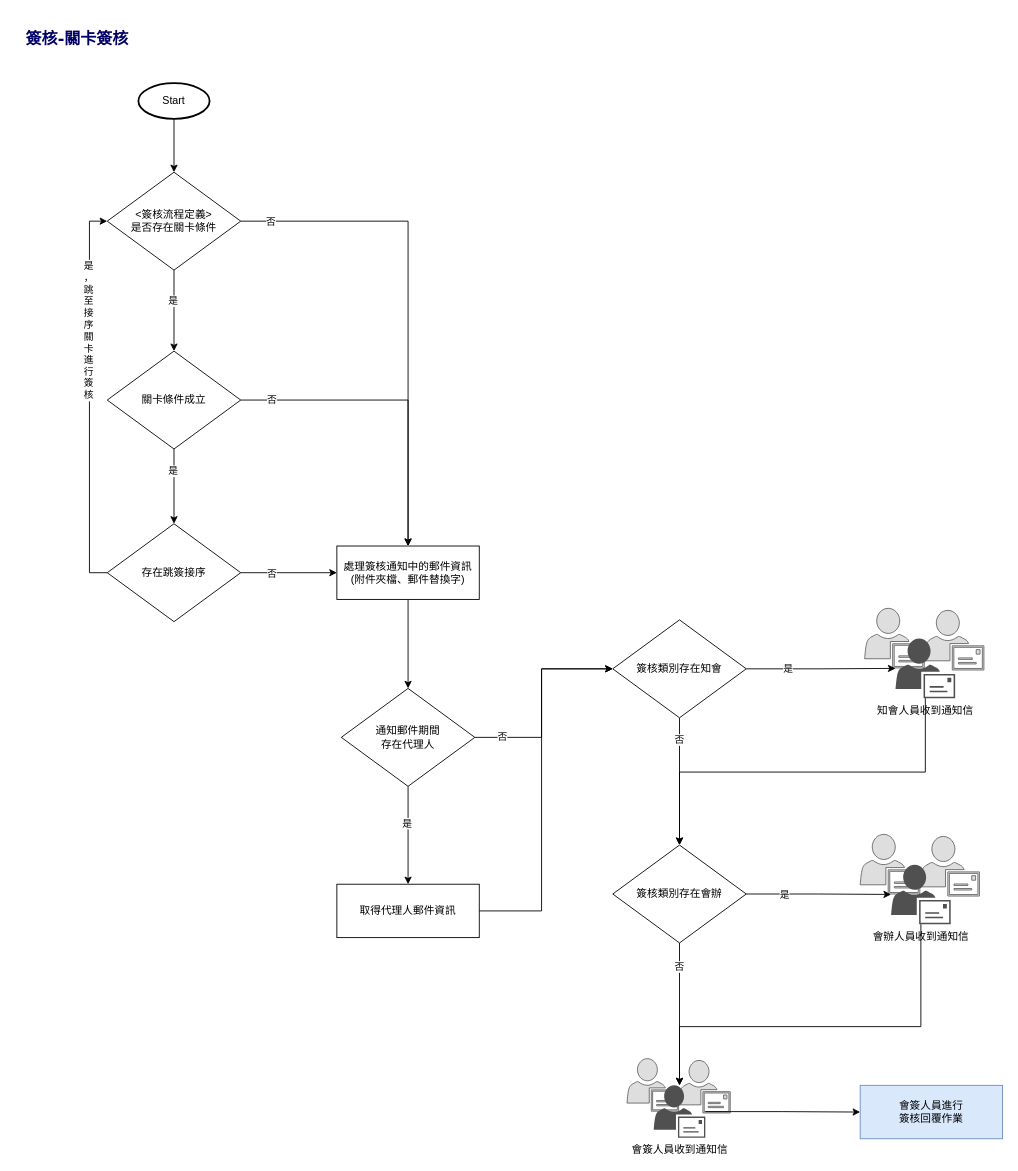
ArcareRD/sadocs keeps this draw.io diagram as page "關卡簽核" (3 of 4) of 8.10.2/RTE/SYSTEM/SIGNOFF/attachment/簽核流程.drawio. Above is the earlier version. Source tidied: cells renumbered, new cells numbered last; positions are measured from the earlier drawing's top-left corner, leaving out a move shared by most shapes. Both pictures are drawn from the tidied source at 89%, with x=0, y=0 at pixel (15, 15).
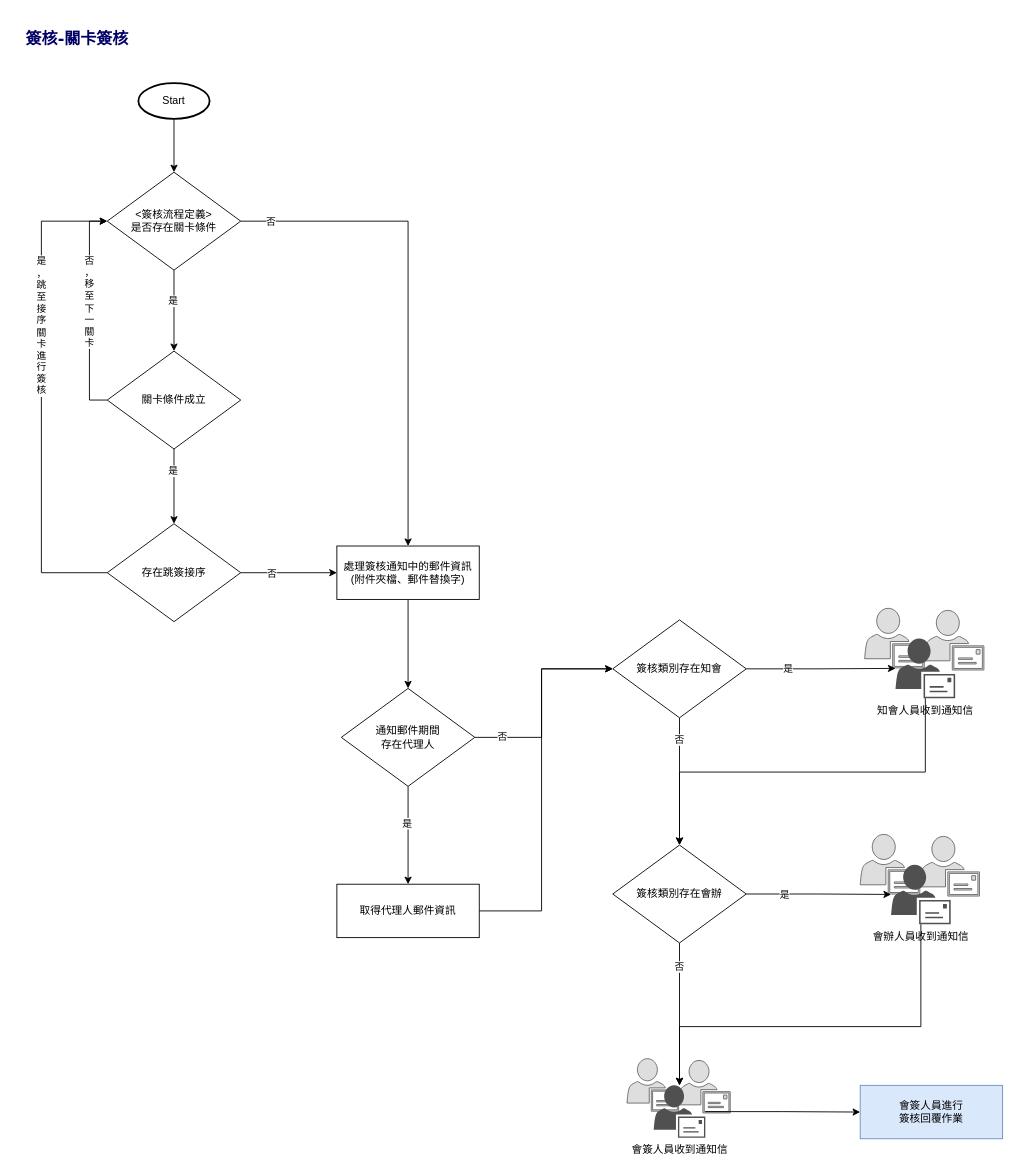
Above is the later version.

Unchanged cells that the change refers to:
```xml
<mxCell id="3" value="處理簽核通知中的郵件資訊&lt;br&gt;(附件夾檔、郵件替換字)" style="rounded=0;whiteSpace=wrap;html=1;" parent="1" vertex="1">
  <mxGeometry x="361" y="596" width="160" height="60" as="geometry" />
</mxCell>
<mxCell id="8" value="&amp;lt;簽核流程定義&amp;gt;&lt;br&gt;是否存在關卡條件" style="rhombus;whiteSpace=wrap;html=1;" parent="1" vertex="1">
  <mxGeometry x="103" y="176" width="150" height="110" as="geometry" />
</mxCell>
<mxCell id="13" value="關卡條件成立" style="rhombus;whiteSpace=wrap;html=1;" parent="1" vertex="1">
  <mxGeometry x="103" y="377" width="150" height="110" as="geometry" />
</mxCell>
<mxCell id="18" value="存在跳簽接序" style="rhombus;whiteSpace=wrap;html=1;" parent="1" vertex="1">
  <mxGeometry x="103" y="571" width="150" height="110" as="geometry" />
</mxCell>
```

Change to the diagram source:
```diff
@@
-    <mxCell id="11" style="edgeStyle=orthogonalEdgeStyle;rounded=0;jettySize=auto;html=1;" parent="1" edge="1" source="13" target="3">
-      <mxGeometry relative="1" as="geometry" />
-    </mxCell>
-    <mxCell id="12" value="否" style="edgeLabel;html=1;align=center;verticalAlign=middle;" parent="11" vertex="1">
-      <mxGeometry x="-0.68" y="1" relative="1" as="geometry">
-        <mxPoint x="-22" as="offset" />
-      </mxGeometry>
-    </mxCell>
+    <mxCell id="55" style="edgeStyle=orthogonalEdgeStyle;rounded=0;jettySize=auto;html=1;entryX=0;entryY=0.5;entryDx=0;entryDy=0;exitX=0;exitY=0.5;exitDx=0;exitDy=0;" parent="1" edge="1" source="13" target="8">
+      <mxGeometry relative="1" as="geometry" />
+    </mxCell>
+    <mxCell id="56" value="否&lt;br&gt;，&lt;br&gt;移&lt;br&gt;至&lt;br&gt;下&lt;br&gt;一&lt;br&gt;關&lt;br&gt;卡" style="edgeLabel;html=1;align=center;verticalAlign=middle;" parent="55" vertex="1">
+      <mxGeometry x="0.39" y="-2" relative="1" as="geometry">
+        <mxPoint x="-3" y="36" as="offset" />
+      </mxGeometry>
+    </mxCell>
@@
     <mxCell id="16" style="edgeStyle=orthogonalEdgeStyle;rounded=0;jettySize=auto;html=1;entryX=0;entryY=0.5;entryDx=0;entryDy=0;exitX=0;exitY=0.5;exitDx=0;exitDy=0;" parent="1" edge="1" source="18" target="8">
-      <mxGeometry relative="1" as="geometry" />
+      <mxGeometry relative="1" as="geometry">
+        <Array as="points">
+          <mxPoint x="29" y="626" />
+          <mxPoint x="29" y="231" />
+        </Array>
+      </mxGeometry>
     </mxCell>
     <mxCell id="17" value="是&lt;br&gt;，&lt;br&gt;跳&lt;br&gt;至&lt;br&gt;接&lt;br&gt;序&lt;br&gt;關&lt;br&gt;卡&lt;br&gt;進&lt;br&gt;行&lt;br&gt;簽&lt;br&gt;核" style="edgeLabel;html=1;align=center;verticalAlign=middle;" parent="16" vertex="1">
       <mxGeometry x="0.44" y="2" relative="1" as="geometry">
-        <mxPoint y="20" as="offset" />
+        <mxPoint x="1" y="39" as="offset" />
       </mxGeometry>
     </mxCell>
```
